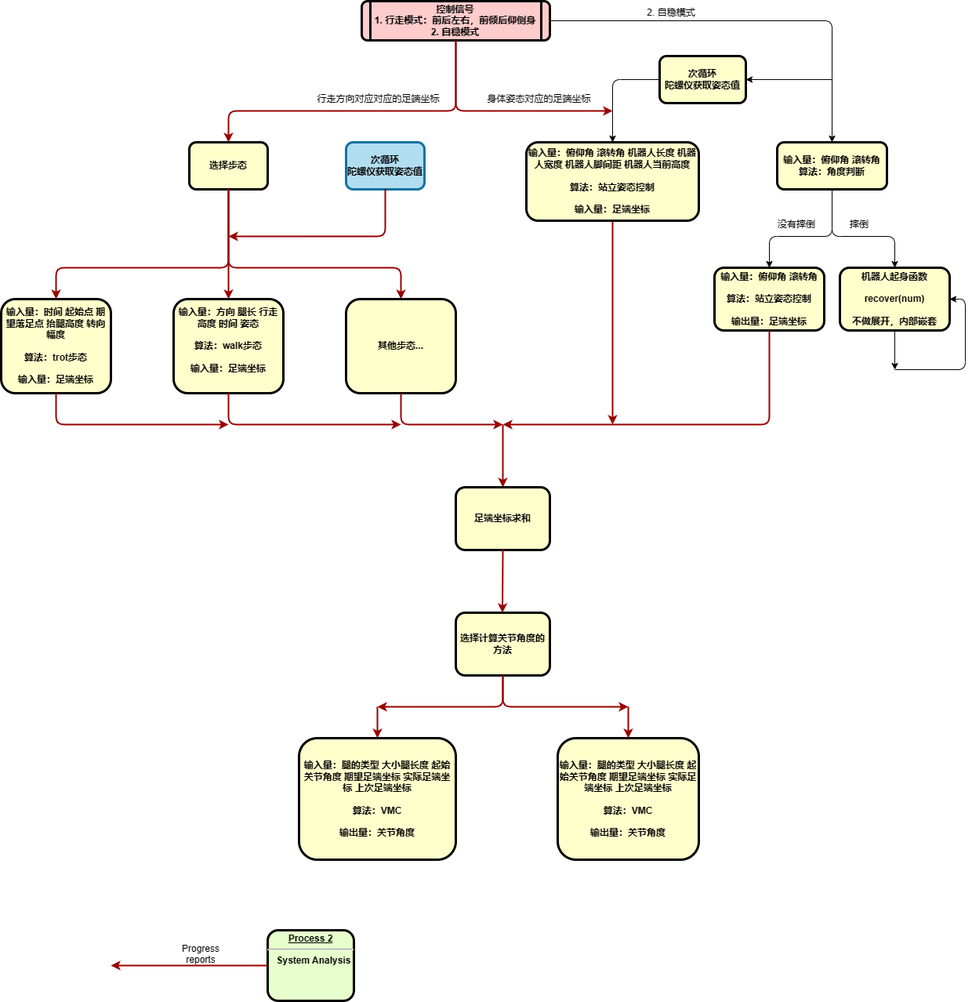
Earlier version of the draw.io export 机器人总体流程.drawio.png (KAZAMA-DREAM/picture). Source tidied: cells renumbered, new cells last; positions are measured from the earlier drawing's top-left corner, leaving out a move shared by most shapes.
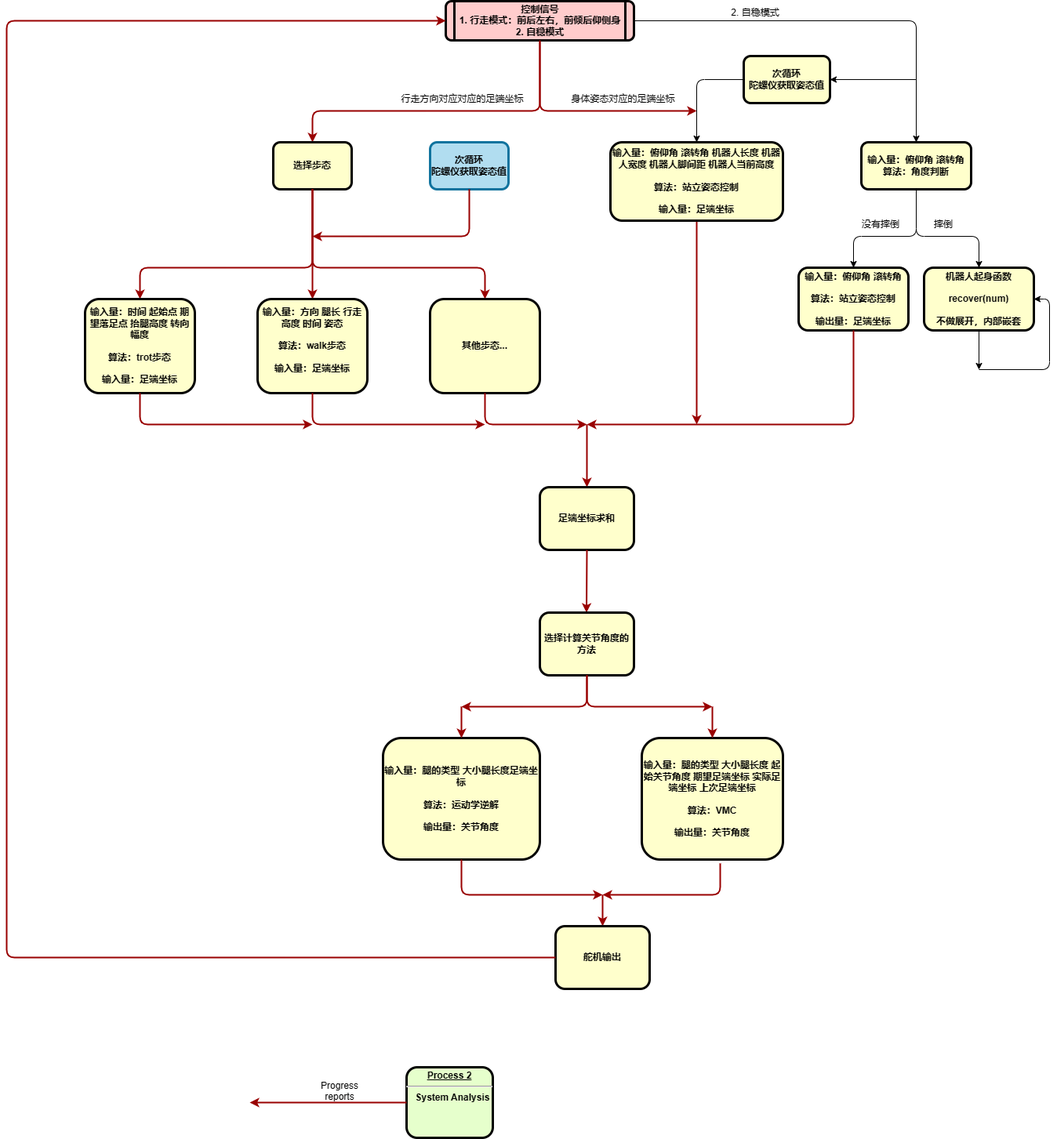
The same file after the commit.

Commit message:
更新机器人总体流程.drawio.png

The edit, as a diff of the source:
```diff
@@ -17,17 +17,17 @@
       <mxGeometry x="460" width="240" height="50" as="geometry" />
     </mxCell>
     <mxCell id="5" value="&lt;p style=&quot;margin: 0px; margin-top: 4px; text-align: center; text-decoration: underline;&quot;&gt;&lt;strong&gt;Process 2&lt;br /&gt;&lt;/strong&gt;&lt;/p&gt;&lt;hr /&gt;&lt;p style=&quot;margin: 0px; margin-left: 8px;&quot;&gt;System Analysis&lt;/p&gt;" style="verticalAlign=middle;align=center;overflow=fill;fontSize=12;fontFamily=Helvetica;html=1;rounded=1;fontStyle=1;strokeWidth=3;fillColor=#E6FFCC;" parent="1" vertex="1">
-      <mxGeometry x="340" y="1185" width="110" height="90" as="geometry" />
+      <mxGeometry x="410" y="1360" width="110" height="90" as="geometry" />
     </mxCell>
     <mxCell id="6" value="Progress&#10;reports" style="text;spacingTop=-5;align=center;rounded=1;" parent="1" vertex="1">
-      <mxGeometry x="240" y="1200" width="30" height="20" as="geometry" />
+      <mxGeometry x="310" y="1375" width="30" height="20" as="geometry" />
     </mxCell>
     <mxCell id="7" style="edgeStyle=elbowEdgeStyle;elbow=horizontal;strokeColor=#990000;strokeWidth=2;rounded=1;" parent="1" edge="1" source="5">
       <mxGeometry relative="1" as="geometry">
-        <mxPoint x="140" y="1230" as="targetPoint" />
+        <mxPoint x="210" y="1405" as="targetPoint" />
         <Array as="points">
-          <mxPoint x="255" y="1130" />
-          <mxPoint x="255" y="870" />
+          <mxPoint x="325" y="1305" />
+          <mxPoint x="325" y="1045" />
         </Array>
       </mxGeometry>
     </mxCell>
@@ -230,7 +230,7 @@
         </Array>
       </mxGeometry>
     </mxCell>
-    <mxCell id="45" value="输入量：腿的类型 大小腿长度 起始关节角度 期望足端坐标 实际足端坐标 上次足端坐标&#10;&#10;算法：VMC&#10;&#10;输出量：关节角度" style="whiteSpace=wrap;align=center;verticalAlign=middle;fontStyle=1;strokeWidth=3;fillColor=#FFFFCC;rounded=1;" parent="1" vertex="1">
+    <mxCell id="45" value="输入量：腿的类型 大小腿长度足端坐标&#10;&#10;算法：运动学逆解&#10;&#10;输出量：关节角度" style="whiteSpace=wrap;align=center;verticalAlign=middle;fontStyle=1;strokeWidth=3;fillColor=#FFFFCC;rounded=1;" parent="1" vertex="1">
       <mxGeometry x="380" y="940" width="200" height="155" as="geometry" />
     </mxCell>
     <mxCell id="46" style="edgeStyle=elbowEdgeStyle;elbow=horizontal;strokeColor=#990000;strokeWidth=2;rounded=1;exitX=0.5;exitY=1;exitDx=0;exitDy=0;" parent="1" edge="1" source="42">
@@ -260,5 +260,44 @@
         </Array>
       </mxGeometry>
     </mxCell>
+    <mxCell id="49" style="edgeStyle=elbowEdgeStyle;elbow=horizontal;strokeColor=#990000;strokeWidth=2;rounded=1;exitX=0.5;exitY=1;exitDx=0;exitDy=0;" parent="1" edge="1" source="45">
+      <mxGeometry relative="1" as="geometry">
+        <mxPoint x="660" y="1140" as="targetPoint" />
+        <Array as="points">
+          <mxPoint x="480" y="1140" />
+          <mxPoint x="490" y="1200" />
+        </Array>
+      </mxGeometry>
+    </mxCell>
+    <mxCell id="50" style="edgeStyle=elbowEdgeStyle;elbow=horizontal;strokeColor=#990000;strokeWidth=2;rounded=1;exitX=0.556;exitY=1.032;exitDx=0;exitDy=0;exitPerimeter=0;" parent="1" edge="1" source="43">
+      <mxGeometry relative="1" as="geometry">
+        <mxPoint x="660" y="1140" as="targetPoint" />
+        <Array as="points">
+          <mxPoint x="810" y="1120" />
+          <mxPoint x="810" y="1225" />
+        </Array>
+      </mxGeometry>
+    </mxCell>
+    <mxCell id="51" style="edgeStyle=elbowEdgeStyle;elbow=horizontal;strokeColor=#990000;strokeWidth=2;rounded=1;entryX=0.5;entryY=0;entryDx=0;entryDy=0;" parent="1" edge="1" target="52">
+      <mxGeometry relative="1" as="geometry">
+        <mxPoint x="660" y="1140" as="sourcePoint" />
+        <Array as="points">
+          <mxPoint x="660" y="1160" />
+          <mxPoint x="758" y="1252" />
+        </Array>
+      </mxGeometry>
+    </mxCell>
+    <mxCell id="52" value="舵机输出" style="whiteSpace=wrap;align=center;verticalAlign=middle;fontStyle=1;strokeWidth=3;fillColor=#FFFFCC;rounded=1;" parent="1" vertex="1">
+      <mxGeometry x="600" y="1180" width="120" height="80" as="geometry" />
+    </mxCell>
+    <mxCell id="53" style="edgeStyle=elbowEdgeStyle;elbow=horizontal;strokeColor=#990000;strokeWidth=2;rounded=1;exitX=0;exitY=0.5;exitDx=0;exitDy=0;entryX=0;entryY=0.5;entryDx=0;entryDy=0;" parent="1" edge="1" source="52" target="4">
+      <mxGeometry relative="1" as="geometry">
+        <Array as="points">
+          <mxPoint x="-100" y="630" />
+          <mxPoint x="-140" y="1110" />
+          <mxPoint x="480" y="1365" />
+        </Array>
+      </mxGeometry>
+    </mxCell>
   </root>
 </mxGraphModel>
```
